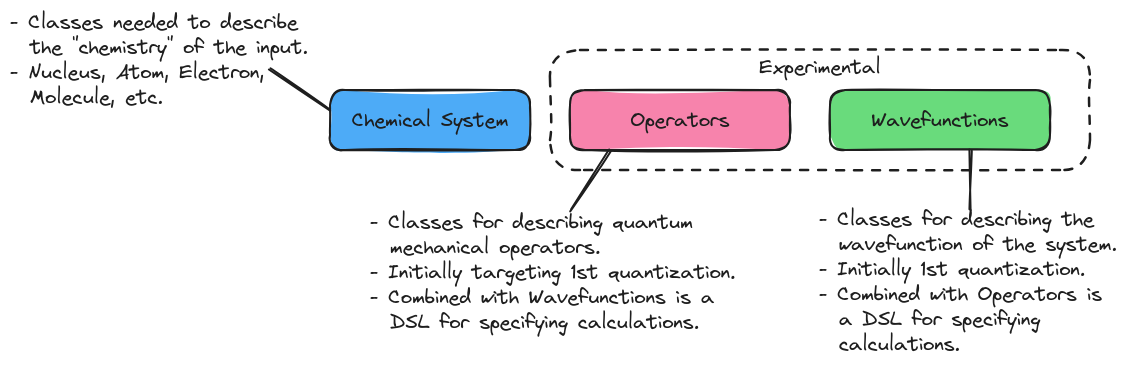
The Excalidraw diagram docs/source/developer/design/assets/architecture.png in NWChemEx/Chemist, before a commit. Source tidied: one line per element, renumbered; positions are measured from the earlier drawing's top-left corner, leaving out a move shared by most shapes.
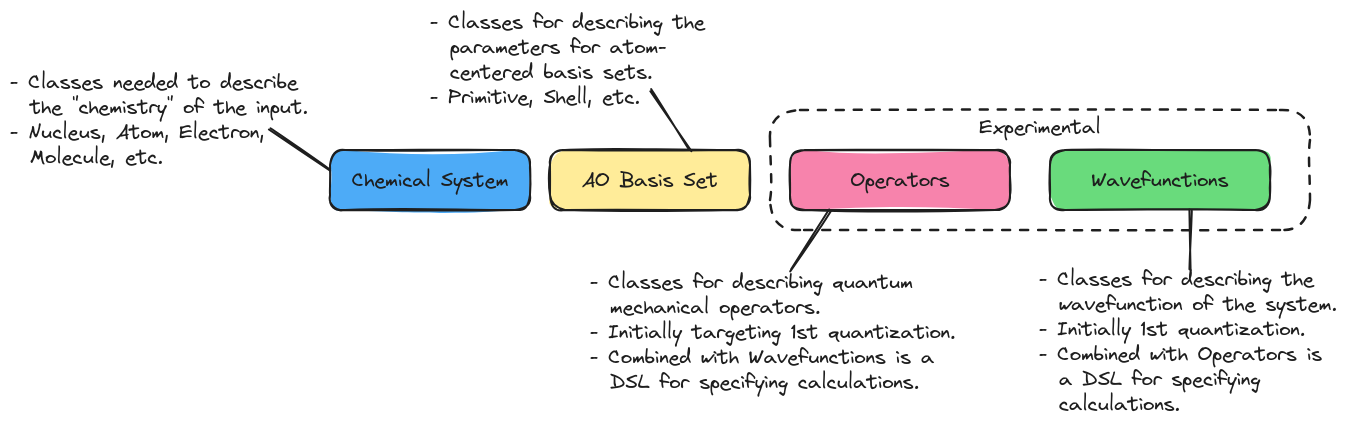
After the change.

What changed in the source:
```diff
@@ -1,14 +1,18 @@
 {"id": 0, "type": "rectangle", "strokeColor": "#1e1e1e", "strokeWidth": 2, "strokeStyle": "dashed", "roughness": 1, "round": true, "x": 540, "y": 40, "width": 540, "height": 120}
 {"id": 1, "type": "text", "text": "Experimental", "strokeColor": "#1e1e1e", "strokeWidth": 2, "strokeStyle": "dashed", "roughness": 1, "fontSize": 20, "fontFamily": 1, "textAlign": "center", "inside": 0, "x": 749, "y": 45, "width": 121, "height": 25}
-{"id": 2, "type": "rectangle", "strokeColor": "#1e1e1e", "backgroundColor": "#4dabf7", "fillStyle": "solid", "strokeWidth": 2, "roughness": 1, "round": true, "x": 320, "y": 80, "width": 200, "height": 60}
+{"id": 2, "type": "rectangle", "strokeColor": "#1e1e1e", "backgroundColor": "#4dabf7", "fillStyle": "solid", "strokeWidth": 2, "roughness": 1, "round": true, "x": 100, "y": 80, "width": 200, "height": 60}
-{"id": 3, "type": "text", "text": "Chemical System", "strokeColor": "#1e1e1e", "strokeWidth": 2, "roughness": 1, "fontSize": 20, "fontFamily": 1, "textAlign": "center", "verticalAlign": "middle", "inside": 2, "x": 342, "y": 98, "width": 157, "height": 25}
+{"id": 3, "type": "text", "text": "Chemical System", "strokeColor": "#1e1e1e", "strokeWidth": 2, "roughness": 1, "fontSize": 20, "fontFamily": 1, "textAlign": "center", "verticalAlign": "middle", "inside": 2, "x": 122, "y": 98, "width": 157, "height": 25}
-{"id": 4, "type": "text", "text": "- Classes needed to describe\n  the \"chemistry\" of the input.\n- Nucleus, Atom, Electron,\n  Molecule, etc.", "strokeColor": "#1e1e1e", "strokeWidth": 2, "roughness": 1, "fontSize": 20, "fontFamily": 1, "x": 0, "y": 0, "width": 298, "height": 100}
+{"id": 4, "type": "text", "text": "- Classes needed to describe\n  the \"chemistry\" of the input.\n- Nucleus, Atom, Electron,\n  Molecule, etc.", "strokeColor": "#1e1e1e", "strokeWidth": 2, "roughness": 1, "fontSize": 20, "fontFamily": 1, "x": -220, "y": 0, "width": 298, "height": 100}
 {"id": 5, "type": "rectangle", "strokeColor": "#1e1e1e", "backgroundColor": "#f783ac", "fillStyle": "solid", "strokeWidth": 2, "roughness": 1, "round": true, "x": 560, "y": 80, "width": 220, "height": 60}
 {"id": 6, "type": "text", "text": "Operators", "strokeColor": "#1e1e1e", "strokeWidth": 2, "roughness": 1, "fontSize": 20, "fontFamily": 1, "textAlign": "center", "verticalAlign": "middle", "inside": 5, "x": 620, "y": 98, "width": 99, "height": 25}
 {"id": 7, "type": "rectangle", "strokeColor": "#1e1e1e", "backgroundColor": "#69db7c", "fillStyle": "solid", "strokeWidth": 2, "roughness": 1, "round": true, "x": 820, "y": 80, "width": 220, "height": 60}
 {"id": 8, "type": "text", "text": "Wavefunctions", "strokeColor": "#1e1e1e", "strokeWidth": 2, "roughness": 1, "fontSize": 20, "fontFamily": 1, "textAlign": "center", "verticalAlign": "middle", "inside": 7, "x": 861, "y": 98, "width": 137, "height": 25}
-{"id": 9, "type": "line", "strokeColor": "#1e1e1e", "strokeWidth": 2, "roughness": 1, "round": true, "x": 260, "y": 60, "width": 60, "height": 40, "points": [[0, 0], [60, 40]]}
+{"id": 9, "type": "line", "strokeColor": "#1e1e1e", "strokeWidth": 2, "roughness": 1, "round": true, "x": 40, "y": 60, "width": 60, "height": 40, "points": [[0, 0], [60, 40]]}
 {"id": 10, "type": "text", "text": "- Classes for describing quantum\n  mechanical operators.\n- Initially targeting 1st quantization.\n- Combined with Wavefunctions is a\n  DSL for specifying calculations.", "strokeColor": "#1e1e1e", "backgroundColor": "#69db7c", "fillStyle": "solid", "strokeWidth": 2, "roughness": 1, "fontSize": 20, "fontFamily": 1, "x": 360, "y": 200, "width": 366, "height": 125}
 {"id": 11, "type": "line", "strokeColor": "#1e1e1e", "backgroundColor": "#69db7c", "fillStyle": "solid", "strokeWidth": 2, "roughness": 1, "round": true, "x": 560, "y": 200, "width": 40, "height": 60, "points": [[0, 0], [40, -60]]}
 {"id": 12, "type": "text", "text": "- Classes for describing the\n  wavefunction of the system.\n- Initially 1st quantization.\n- Combined with Operators is\n  a DSL for specifying \n  calculations.", "strokeColor": "#1e1e1e", "backgroundColor": "#69db7c", "fillStyle": "solid", "strokeWidth": 2, "roughness": 1, "fontSize": 20, "fontFamily": 1, "x": 809, "y": 197, "width": 298, "height": 150}
 {"id": 13, "type": "line", "strokeColor": "#1e1e1e", "backgroundColor": "#69db7c", "fillStyle": "solid", "strokeWidth": 2, "roughness": 1, "round": true, "x": 960, "y": 200, "width": 0, "height": 60, "points": [[0, 0], [0, -60]]}
+{"id": 14, "type": "rectangle", "strokeColor": "#1e1e1e", "backgroundColor": "#ffec99", "fillStyle": "solid", "strokeWidth": 2, "roughness": 1, "round": true, "x": 320, "y": 80, "width": 200, "height": 60}
+{"id": 15, "type": "text", "text": "AO Basis Set", "strokeColor": "#1e1e1e", "strokeWidth": 2, "roughness": 1, "fontSize": 20, "fontFamily": 1, "textAlign": "center", "verticalAlign": "middle", "inside": 14, "x": 352, "y": 98, "width": 136, "height": 25}
+{"id": 16, "type": "text", "text": "- Classes for describing the\n  parameters for atom-\n  centered basis sets.\n- Primitive, Shell, etc.", "strokeColor": "#1e1e1e", "backgroundColor": "#ffec99", "fillStyle": "solid", "strokeWidth": 2, "roughness": 1, "fontSize": 20, "fontFamily": 1, "x": 200, "y": -60, "width": 275, "height": 100}
+{"id": 17, "type": "line", "strokeColor": "#1e1e1e", "backgroundColor": "#ffec99", "fillStyle": "solid", "strokeWidth": 2, "roughness": 1, "round": true, "x": 420, "y": 20, "width": 40, "height": 60, "points": [[0, 0], [40, 60]]}
```
